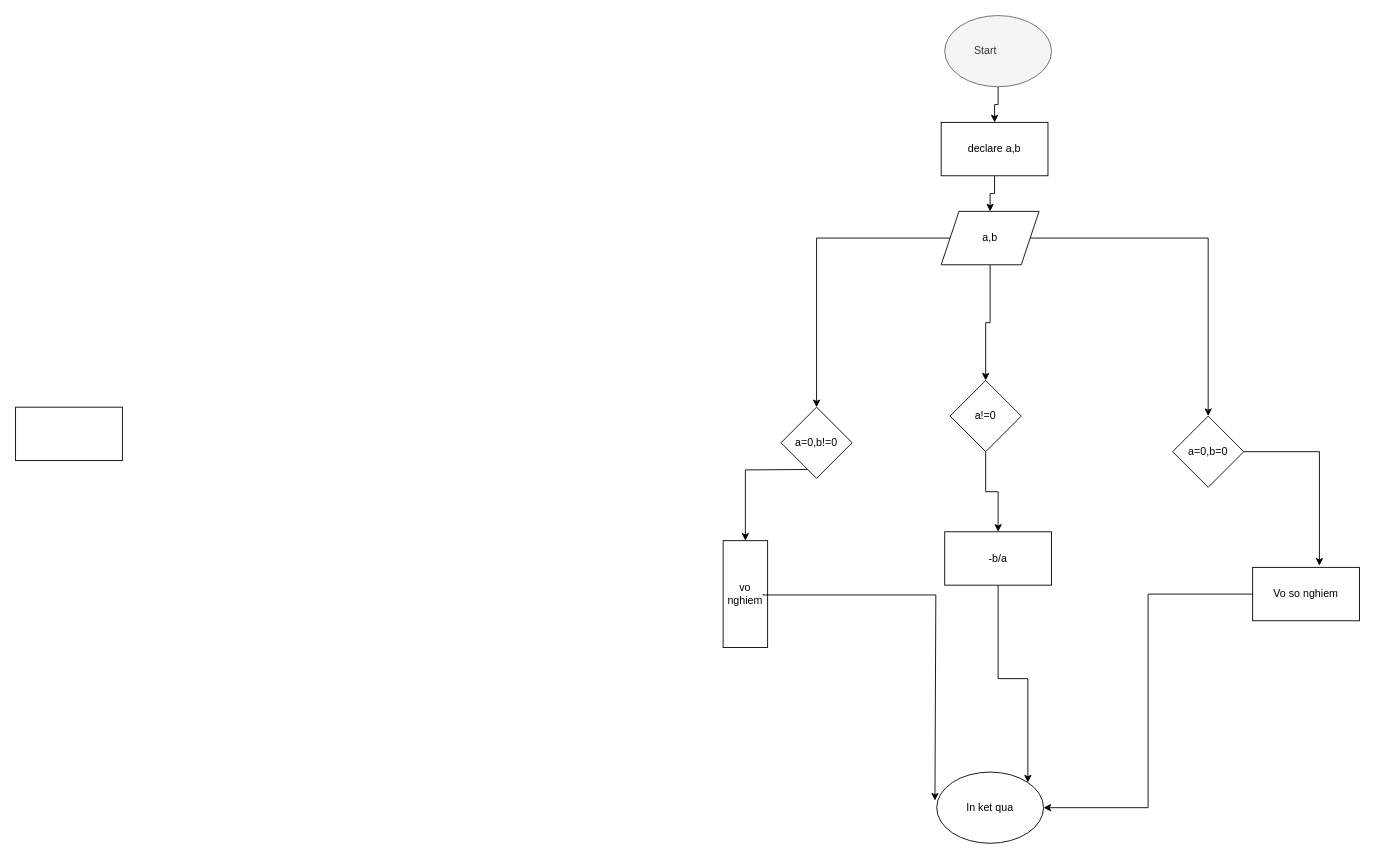
Above: SS1/Biểu đồ không có tiêu đề.drawio in dungphamrk/C-SS1 (draw.io), before the change. Source tidied: cells renumbered, new cells numbered last; positions are measured from the earlier drawing's top-left corner, leaving out a move shared by most shapes. Both pictures are drawn from the tidied source at 89%, with x=0, y=0 at pixel (15, 15).
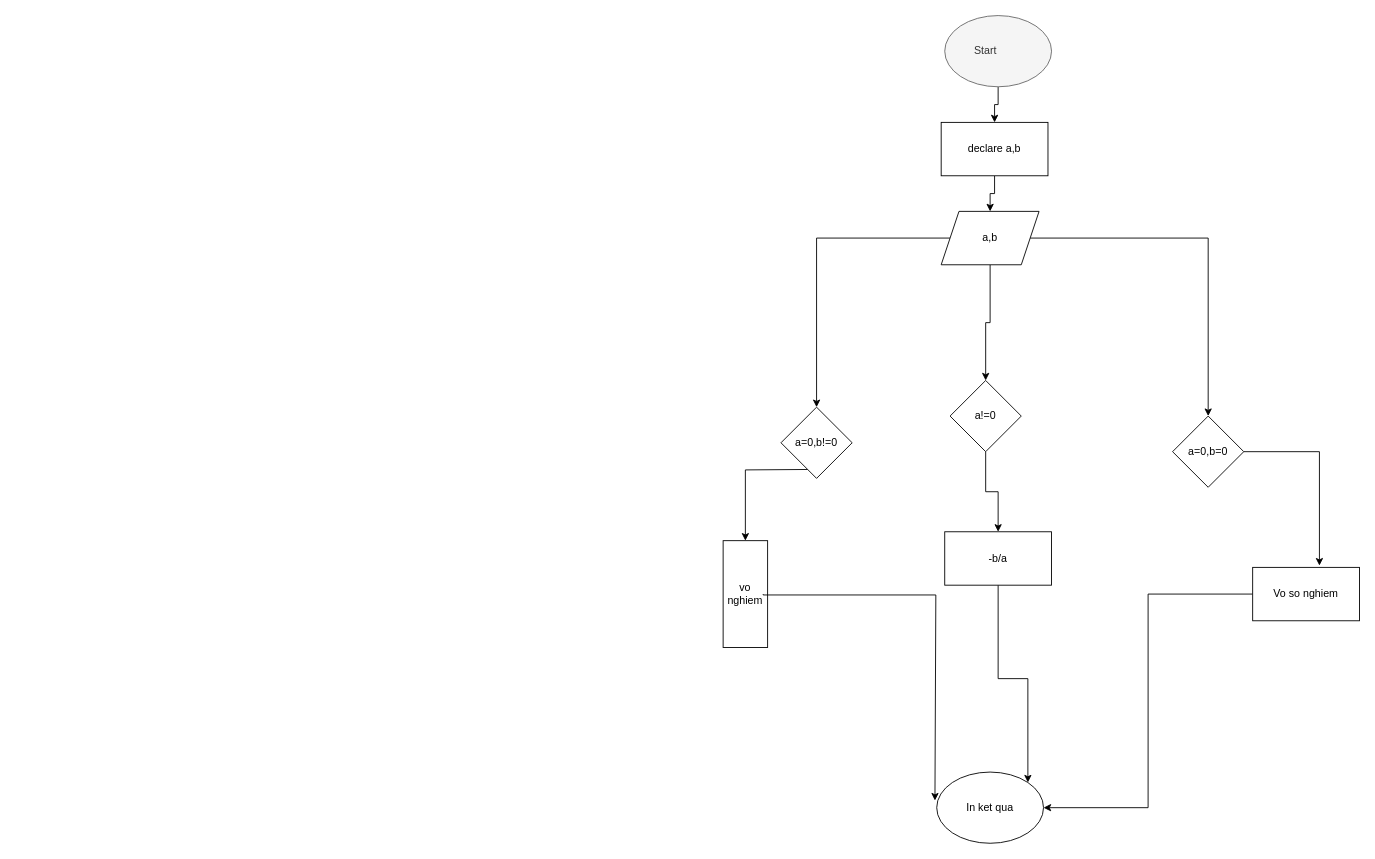
Above is the later version.

What changed in the source:
```diff
@@
-    <mxCell id="19" style="rounded=0;whiteSpace=wrap;html=1;" parent="1" vertex="1">
-      <mxGeometry y="440" width="120" height="60" as="geometry" />
-    </mxCell>
```
